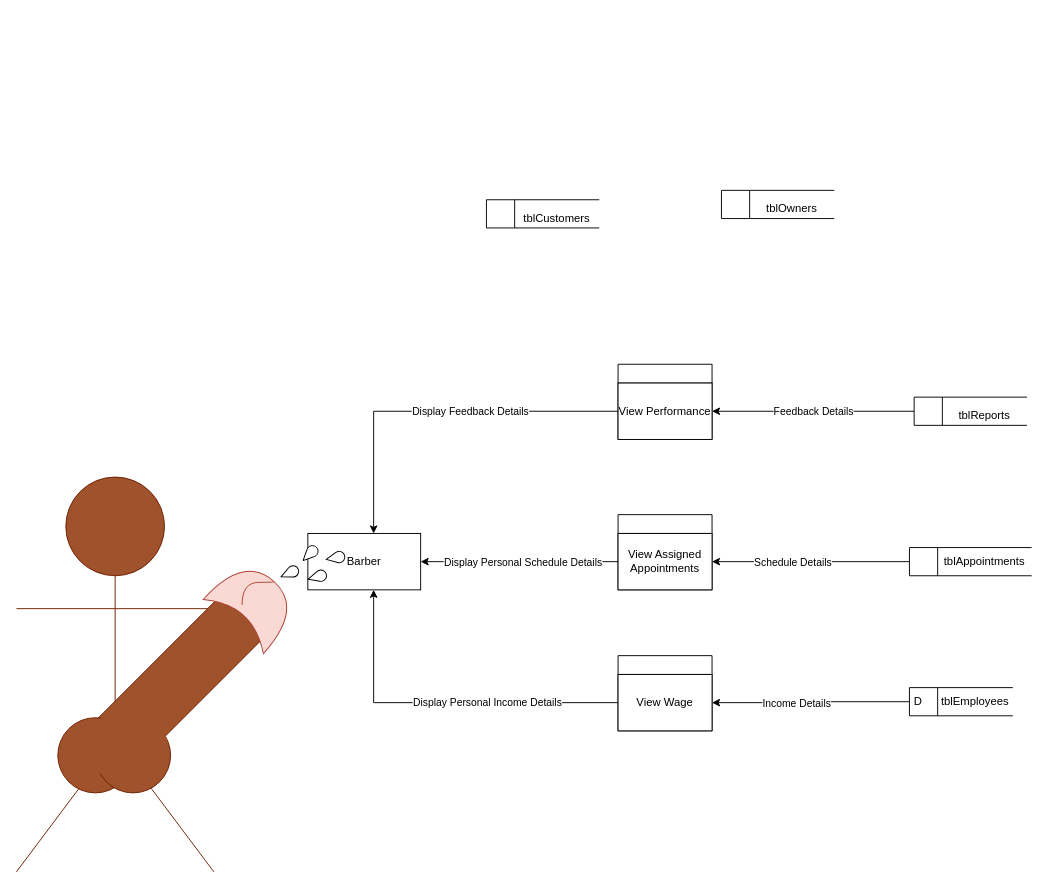
This is page "Barber" (3 of 5) of Diagrams/Data flow.drawio from iampotato16/AppointCut, a draw.io file, before an edit. Source tidied: cells renumbered, new cells numbered last; positions are measured from the earlier drawing's top-left corner, leaving out a move shared by most shapes. Both pictures are drawn from the tidied source at 94%, with x=0, y=0 at pixel (16, 190).
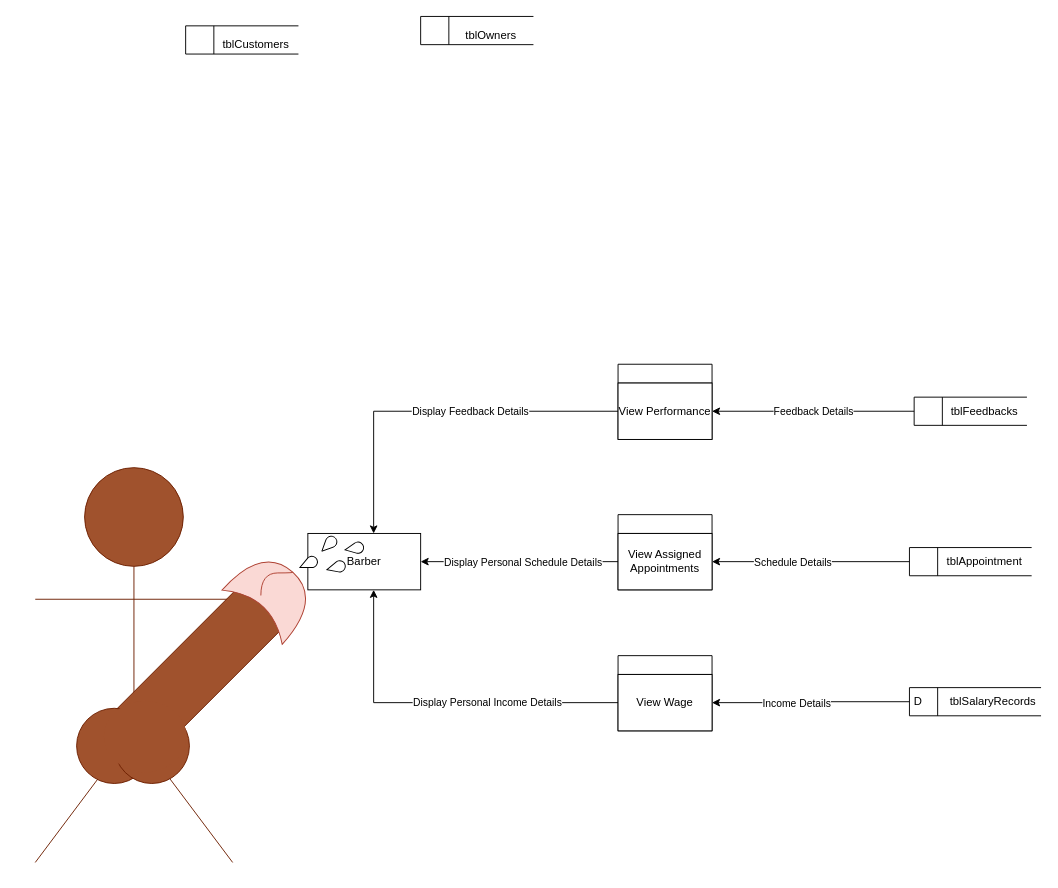
The same diagram, later.

The change refers to these unchanged cells:
```xml
<mxCell id="28" style="group;" parent="1" vertex="1">
  <mxGeometry x="955" y="225" width="120" height="30" as="geometry" />
</mxCell>
<mxCell id="34" style="group;" parent="1" vertex="1">
  <mxGeometry x="950" y="380" width="130" height="30" as="geometry" />
</mxCell>
```

Change to the diagram source:
```diff
@@
     <mxCell id="15" style="group;" parent="1" vertex="1">
-      <mxGeometry y="305" width="350.3" height="420" as="geometry" />
+      <mxGeometry x="20" y="295" width="350.3" height="420" as="geometry" />
     </mxCell>
@@
-    <mxCell id="30" value="tblReports" style="text;html=1;strokeColor=none;fillColor=none;align=center;verticalAlign=middle;whiteSpace=wrap;rounded=0;sketch=0;" parent="28" vertex="1">
-      <mxGeometry x="30" width="90" height="30" as="geometry" />
+    <mxCell id="30" value="tblFeedbacks" style="text;html=1;strokeColor=none;fillColor=none;align=center;verticalAlign=middle;whiteSpace=wrap;rounded=0;sketch=0;" parent="28" vertex="1">
+      <mxGeometry x="30" y="-10" width="90" height="40" as="geometry" />
     </mxCell>
     <mxCell id="31" style="group;" parent="1" vertex="1">
-      <mxGeometry x="950" y="529" width="110" height="30" as="geometry" />
+      <mxGeometry x="950" y="529" width="140" height="30" as="geometry" />
     </mxCell>
     <mxCell id="32" value="D" style="html=1;dashed=0;whitespace=wrap;shape=mxgraph.dfd.dataStoreID;align=left;spacingLeft=3;points=[[0,0],[0.5,0],[1,0],[0,0.5],[1,0.5],[0,1],[0.5,1],[1,1]];sketch=0;" parent="31" vertex="1">
-      <mxGeometry width="110" height="30" as="geometry" />
+      <mxGeometry width="140" height="30" as="geometry" />
     </mxCell>
-    <mxCell id="33" value="tblEmployees" style="text;html=1;strokeColor=none;fillColor=none;align=center;verticalAlign=middle;whiteSpace=wrap;rounded=0;sketch=0;" parent="31" vertex="1">
-      <mxGeometry x="30" width="80" height="30" as="geometry" />
+    <mxCell id="33" value="tblSalaryRecords" style="text;html=1;strokeColor=none;fillColor=none;align=center;verticalAlign=middle;whiteSpace=wrap;rounded=0;sketch=0;" parent="31" vertex="1">
+      <mxGeometry x="38.2" width="101.8" height="30" as="geometry" />
     </mxCell>
@@
-    <mxCell id="36" value="tblAppointments" style="text;html=1;strokeColor=none;fillColor=none;align=center;verticalAlign=middle;whiteSpace=wrap;rounded=0;sketch=0;" parent="34" vertex="1">
+    <mxCell id="36" value="tblAppointment" style="text;html=1;strokeColor=none;fillColor=none;align=center;verticalAlign=middle;whiteSpace=wrap;rounded=0;sketch=0;" parent="34" vertex="1">
       <mxGeometry x="30" width="100" height="30" as="geometry" />
     </mxCell>
@@
     <mxCell id="42" style="group;" parent="1" vertex="1">
-      <mxGeometry x="750" y="5" width="120" height="30" as="geometry" />
+      <mxGeometry x="430" y="-180" width="120" height="30" as="geometry" />
     </mxCell>
@@
     <mxCell id="45" style="group;" parent="1" vertex="1">
-      <mxGeometry x="500" y="15" width="120" height="30" as="geometry" />
+      <mxGeometry x="180" y="-170" width="120" height="30" as="geometry" />
     </mxCell>
```
